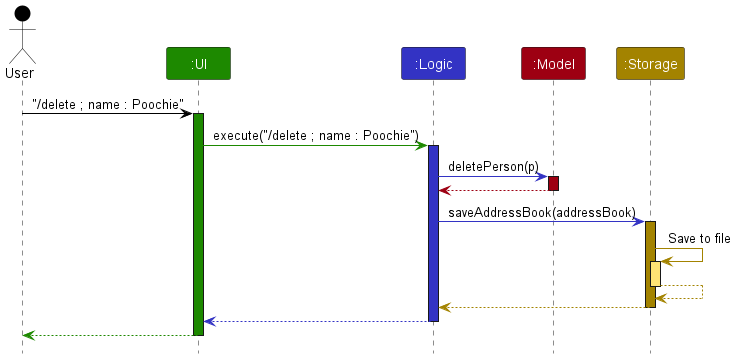
yleeyilin/tp keeps this PlantUML diagram as docs/images/ArchitectureSequenceDiagram.png. Above is the earlier version.
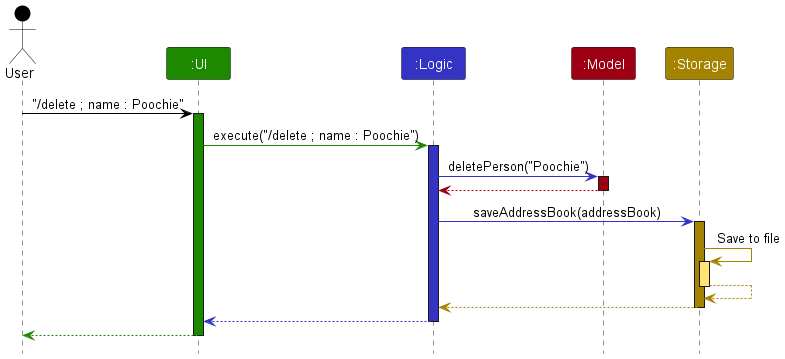
The same file after the commit.

Diff of the diagram source:
```diff
@@ -14,7 +14,7 @@
 ui -[UI_COLOR]> logic : execute("/delete ; name : Poochie")
 activate logic LOGIC_COLOR
 
-logic -[LOGIC_COLOR]> model : deletePerson(p)
+logic -[LOGIC_COLOR]> model : deletePerson("Poochie")
 activate model MODEL_COLOR
 
 model -[MODEL_COLOR]-> logic
```
